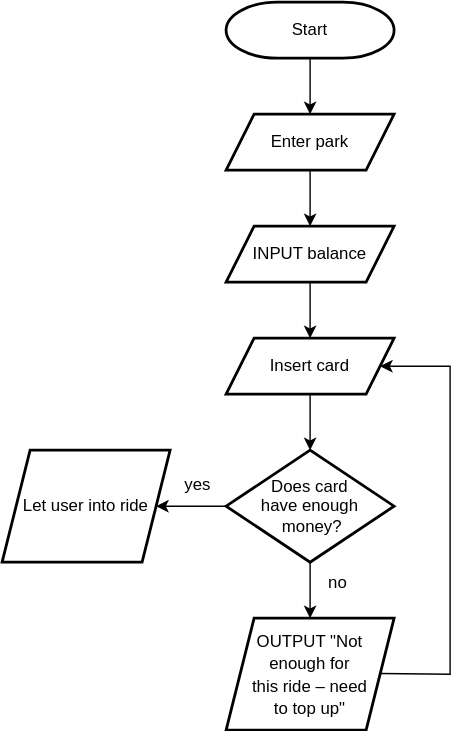
Before: 1.1.2 Task 4.drawio.svg, a diagram exported from draw.io (tungstengmd/drawio-diagrams). Source tidied: cells renumbered, new cells last; positions are measured from the earlier drawing's top-left corner, leaving out a move shared by most shapes.
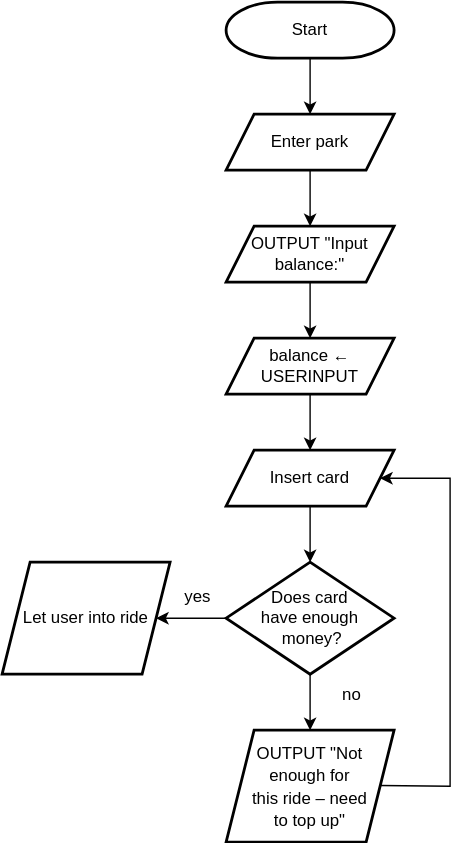
After the change.

What changed in the source:
```diff
@@ -6,7 +6,7 @@
       <mxGeometry relative="1" as="geometry" />
     </mxCell>
     <mxCell id="3" value="Start" style="strokeWidth=2;html=1;shape=mxgraph.flowchart.terminator;whiteSpace=wrap;" parent="1" vertex="1">
-      <mxGeometry x="160" width="120" height="40" as="geometry" />
+      <mxGeometry x="160" y="-80" width="120" height="40" as="geometry" />
     </mxCell>
     <mxCell id="4" style="edgeStyle=orthogonalEdgeStyle;rounded=0;jettySize=auto;html=1;" parent="1" edge="1" source="5" target="8">
       <mxGeometry relative="1" as="geometry" />
@@ -45,16 +45,22 @@
       <mxGeometry relative="1" as="geometry" />
     </mxCell>
     <mxCell id="14" value="Enter park" style="shape=parallelogram;perimeter=parallelogramPerimeter;whiteSpace=wrap;html=1;fixedSize=1;strokeWidth=2;" parent="1" vertex="1">
-      <mxGeometry x="160" y="80" width="120" height="40" as="geometry" />
+      <mxGeometry x="160" width="120" height="40" as="geometry" />
     </mxCell>
-    <mxCell id="15" style="edgeStyle=orthogonalEdgeStyle;rounded=0;jettySize=auto;html=1;" parent="1" edge="1" source="16" target="5">
-      <mxGeometry relative="1" as="geometry" />
-    </mxCell>
+    <mxCell id="18" style="edgeStyle=orthogonalEdgeStyle;rounded=0;jettySize=auto;html=1;" parent="1" edge="1" source="16" target="20">
+      <mxGeometry relative="1" as="geometry" />
+    </mxCell>
-    <mxCell id="16" value="INPUT balance" style="shape=parallelogram;perimeter=parallelogramPerimeter;whiteSpace=wrap;html=1;fixedSize=1;strokeWidth=2;" parent="1" vertex="1">
-      <mxGeometry x="160" y="160" width="120" height="40" as="geometry" />
+    <mxCell id="16" value="OUTPUT &quot;Input balance:&quot;" style="shape=parallelogram;perimeter=parallelogramPerimeter;whiteSpace=wrap;html=1;fixedSize=1;strokeWidth=2;" parent="1" vertex="1">
+      <mxGeometry x="160" y="80" width="120" height="40" as="geometry" />
     </mxCell>
     <mxCell id="17" value="no" style="text;html=1;align=center;verticalAlign=middle;whiteSpace=wrap;rounded=0;" parent="1" vertex="1">
-      <mxGeometry x="210" y="400" width="60" height="30" as="geometry" />
+      <mxGeometry x="220" y="400" width="60" height="30" as="geometry" />
     </mxCell>
+    <mxCell id="19" style="edgeStyle=orthogonalEdgeStyle;rounded=0;jettySize=auto;html=1;" parent="1" edge="1" source="20" target="5">
+      <mxGeometry relative="1" as="geometry" />
+    </mxCell>
+    <mxCell id="20" value="balance ← USERINPUT" style="shape=parallelogram;perimeter=parallelogramPerimeter;whiteSpace=wrap;html=1;fixedSize=1;strokeWidth=2;" parent="1" vertex="1">
+      <mxGeometry x="160" y="160" width="120" height="40" as="geometry" />
+    </mxCell>
   </root>
 </mxGraphModel>
```
